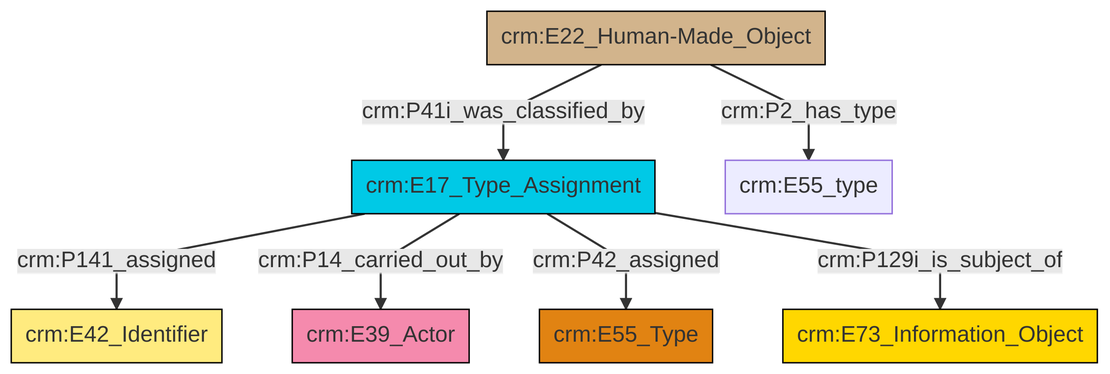
Above: et/builtWorkCSV/ttl/mmd/png/Built_Work_designation_status.png in swiss-art-research-net/reference-data-models (Mermaid), before the change. Its source is kept beside it as et/builtWorkCSV/ttl/mmd/Built_Work_designation_status.ttl.mmd.
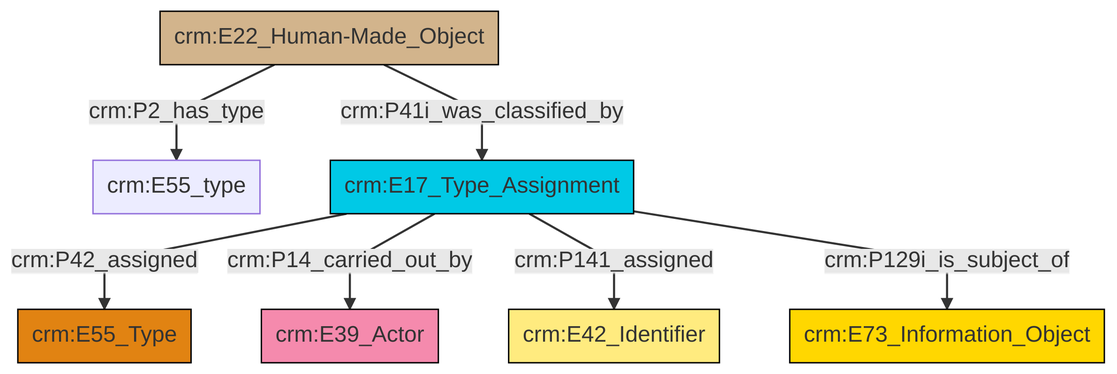
Above is the later version.

The edit, as a diff of the source:
```diff
@@ -13,9 +13,9 @@
 classDef PC_Classes fill:#4ce600, stroke:#000000;
 classDef Multi fill:#cccccc,stroke:#000000;
 
-0["crm:E17_Type_Assignment"]:::Temporal_Entity -->|crm:P141_assigned| 1["crm:E42_Identifier"]:::Appellation
-2["crm:E22_Human-Made_Object"]:::Physical_Thing -->|crm:P41i_was_classified_by| 0["crm:E17_Type_Assignment"]:::Temporal_Entity
-0["crm:E17_Type_Assignment"]:::Temporal_Entity -->|crm:P14_carried_out_by| 7["crm:E39_Actor"]:::Actor
-2["crm:E22_Human-Made_Object"]:::Physical_Thing -->|crm:P2_has_type| 11["crm:E55_type"]:::Default
-0["crm:E17_Type_Assignment"]:::Temporal_Entity -->|crm:P42_assigned| 3["crm:E55_Type"]:::Type
-0["crm:E17_Type_Assignment"]:::Temporal_Entity -->|crm:P129i_is_subject_of| 9["crm:E73_Information_Object"]:::Conceptual_Object
+4["crm:E17_Type_Assignment"]:::Temporal_Entity -->|crm:P42_assigned| 5["crm:E55_Type"]:::Type
+6["crm:E22_Human-Made_Object"]:::Physical_Thing -->|crm:P2_has_type| 2["crm:E55_type"]:::Default
+4["crm:E17_Type_Assignment"]:::Temporal_Entity -->|crm:P14_carried_out_by| 0["crm:E39_Actor"]:::Actor
+4["crm:E17_Type_Assignment"]:::Temporal_Entity -->|crm:P141_assigned| 11["crm:E42_Identifier"]:::Appellation
+6["crm:E22_Human-Made_Object"]:::Physical_Thing -->|crm:P41i_was_classified_by| 4["crm:E17_Type_Assignment"]:::Temporal_Entity
+4["crm:E17_Type_Assignment"]:::Temporal_Entity -->|crm:P129i_is_subject_of| 9["crm:E73_Information_Object"]:::Conceptual_Object
```
